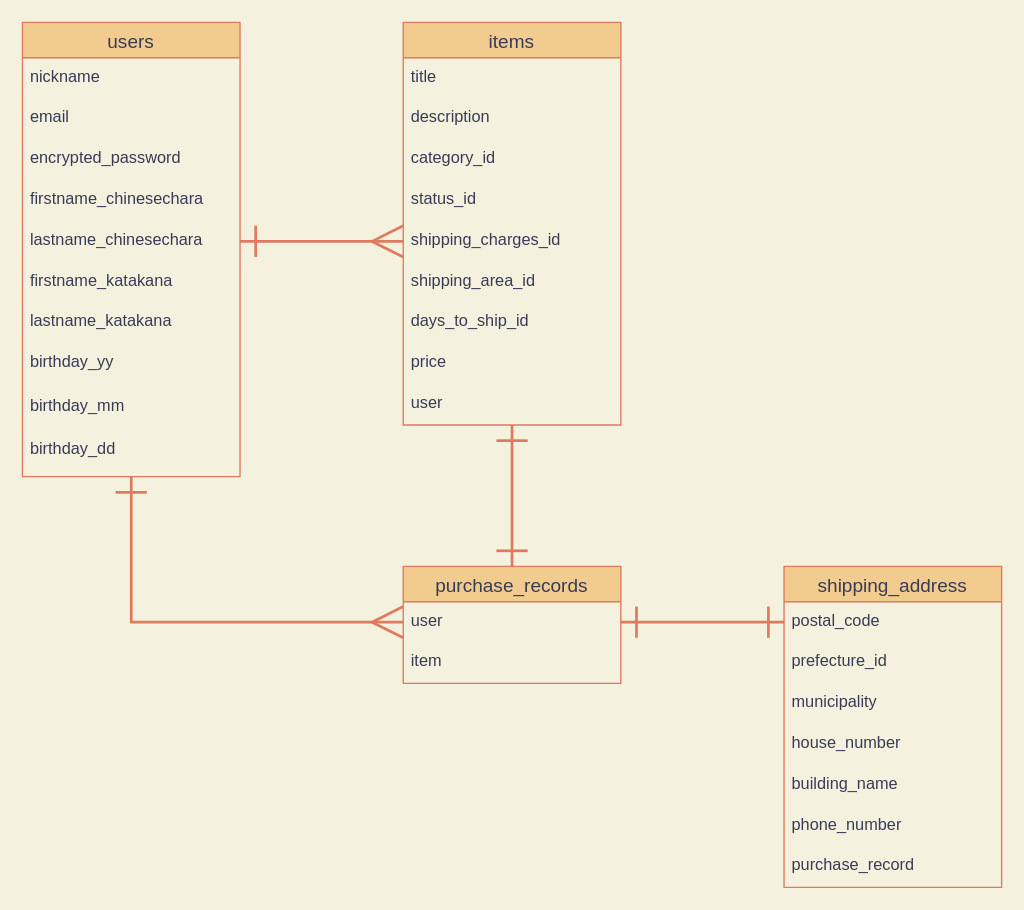
Above: er.dio in daikiaLucky/furima-35960 (draw.io), before the change. Source tidied: cells renumbered, new cells numbered last; positions are measured from the earlier drawing's top-left corner, leaving out a move shared by most shapes. Both pictures are drawn from the tidied source at 136%, with x=0, y=0 at pixel (22, 22).
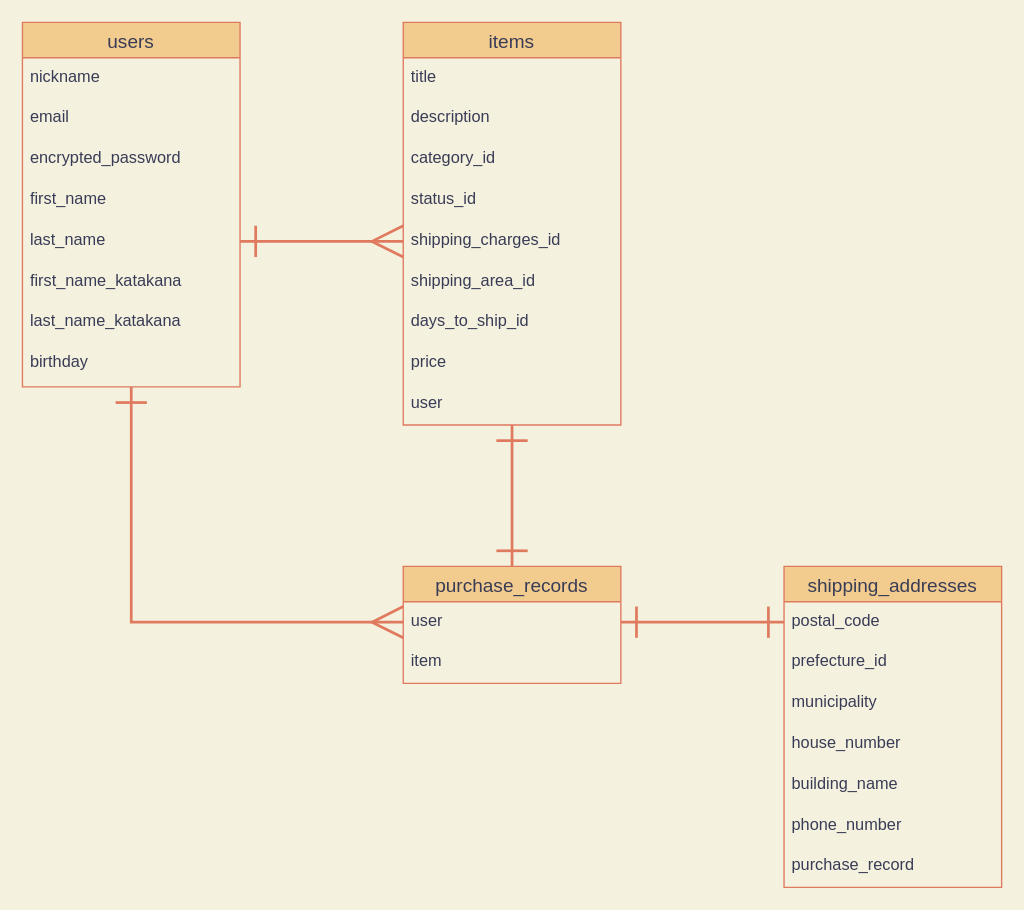
Above is the later version.

Diff of the diagram source:
```diff
@@
     <mxCell id="3" value="users" style="swimlane;fontStyle=0;horizontal=1;startSize=26;align=center;fontSize=14;fillColor=#F2CC8F;strokeColor=#E07A5F;fontColor=#393C56;" parent="1" vertex="1">
-      <mxGeometry width="160" height="334" as="geometry" />
+      <mxGeometry width="160" height="268" as="geometry" />
     </mxCell>
@@
-    <mxCell id="7" value="firstname_chinesechara" style="text;strokeColor=none;fillColor=none;spacingLeft=4;spacingRight=4;overflow=hidden;fontSize=12;fontColor=#393C56;" parent="3" vertex="1">
+    <mxCell id="7" value="first_name" style="text;strokeColor=none;fillColor=none;spacingLeft=4;spacingRight=4;overflow=hidden;fontSize=12;fontColor=#393C56;" parent="3" vertex="1">
       <mxGeometry y="116" width="160" height="30" as="geometry" />
     </mxCell>
-    <mxCell id="8" value="lastname_chinesechara" style="text;strokeColor=none;fillColor=none;spacingLeft=4;spacingRight=4;overflow=hidden;points=[[0,0.5],[1,0.5]];portConstraint=eastwest;fontSize=12;fontColor=#393C56;" parent="3" vertex="1">
+    <mxCell id="8" value="last_name" style="text;strokeColor=none;fillColor=none;spacingLeft=4;spacingRight=4;overflow=hidden;points=[[0,0.5],[1,0.5]];portConstraint=eastwest;fontSize=12;fontColor=#393C56;" parent="3" vertex="1">
       <mxGeometry y="146" width="160" height="30" as="geometry" />
     </mxCell>
-    <mxCell id="9" value="firstname_katakana" style="text;strokeColor=none;fillColor=none;spacingLeft=4;spacingRight=4;overflow=hidden;fontSize=12;fontColor=#393C56;" parent="3" vertex="1">
+    <mxCell id="9" value="first_name_katakana" style="text;strokeColor=none;fillColor=none;spacingLeft=4;spacingRight=4;overflow=hidden;fontSize=12;fontColor=#393C56;" parent="3" vertex="1">
       <mxGeometry y="176" width="160" height="30" as="geometry" />
     </mxCell>
-    <mxCell id="10" value="lastname_katakana" style="text;strokeColor=none;fillColor=none;spacingLeft=4;spacingRight=4;overflow=hidden;fontSize=12;fontColor=#393C56;" parent="3" vertex="1">
+    <mxCell id="10" value="last_name_katakana" style="text;strokeColor=none;fillColor=none;spacingLeft=4;spacingRight=4;overflow=hidden;fontSize=12;fontColor=#393C56;" parent="3" vertex="1">
       <mxGeometry y="206" width="160" height="30" as="geometry" />
     </mxCell>
-    <mxCell id="11" value="birthday_yy" style="text;strokeColor=none;fillColor=none;spacingLeft=4;spacingRight=4;overflow=hidden;fontSize=12;fontColor=#393C56;" parent="3" vertex="1">
+    <mxCell id="11" value="birthday" style="text;strokeColor=none;fillColor=none;spacingLeft=4;spacingRight=4;overflow=hidden;fontSize=12;fontColor=#393C56;" parent="3" vertex="1">
       <mxGeometry y="236" width="160" height="32" as="geometry" />
     </mxCell>
-    <mxCell id="12" value="birthday_mm" style="text;strokeColor=none;fillColor=none;spacingLeft=4;spacingRight=4;overflow=hidden;fontSize=12;fontColor=#393C56;" parent="3" vertex="1">
-      <mxGeometry y="268" width="160" height="32" as="geometry" />
-    </mxCell>
-    <mxCell id="13" value="birthday_dd" style="text;strokeColor=none;fillColor=none;spacingLeft=4;spacingRight=4;overflow=hidden;fontSize=12;fontColor=#393C56;" parent="3" vertex="1">
-      <mxGeometry y="300" width="160" height="34" as="geometry" />
-    </mxCell>
@@
-    <mxCell id="26" value="shipping_address" style="swimlane;fontStyle=0;horizontal=1;startSize=26;align=center;fontSize=14;fillColor=#F2CC8F;strokeColor=#E07A5F;fontColor=#393C56;" parent="1" vertex="1">
+    <mxCell id="26" value="shipping_addresses" style="swimlane;fontStyle=0;horizontal=1;startSize=26;align=center;fontSize=14;fillColor=#F2CC8F;strokeColor=#E07A5F;fontColor=#393C56;" parent="1" vertex="1">
       <mxGeometry x="560" y="400" width="160" height="236" as="geometry" />
     </mxCell>
```
